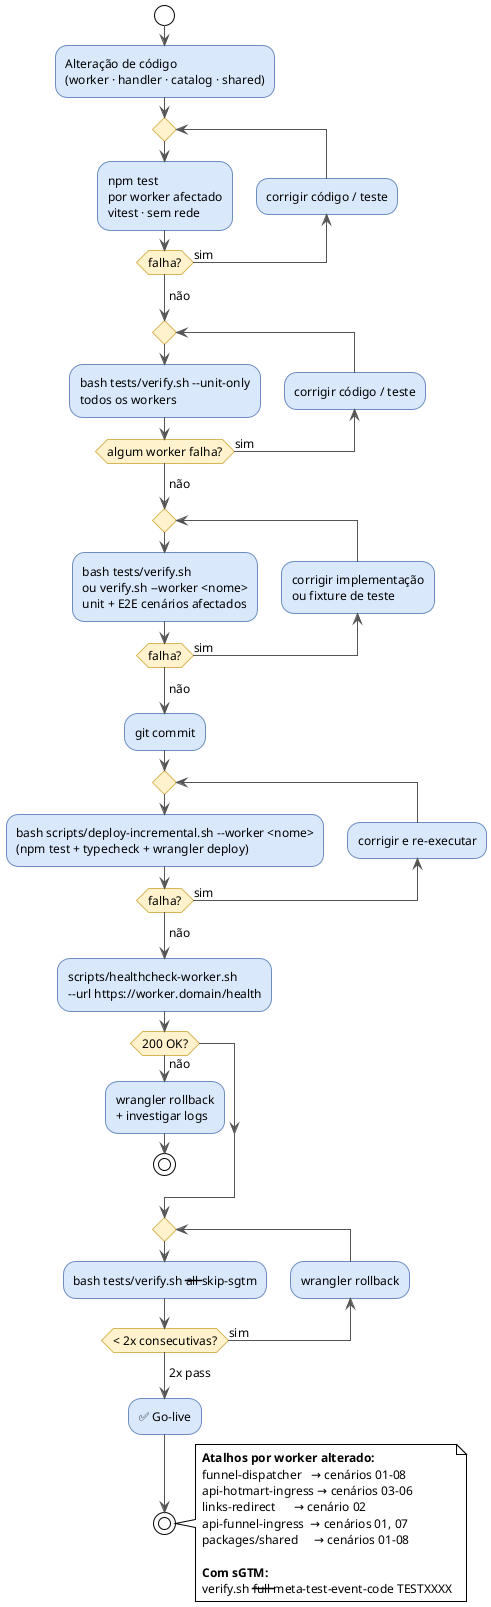
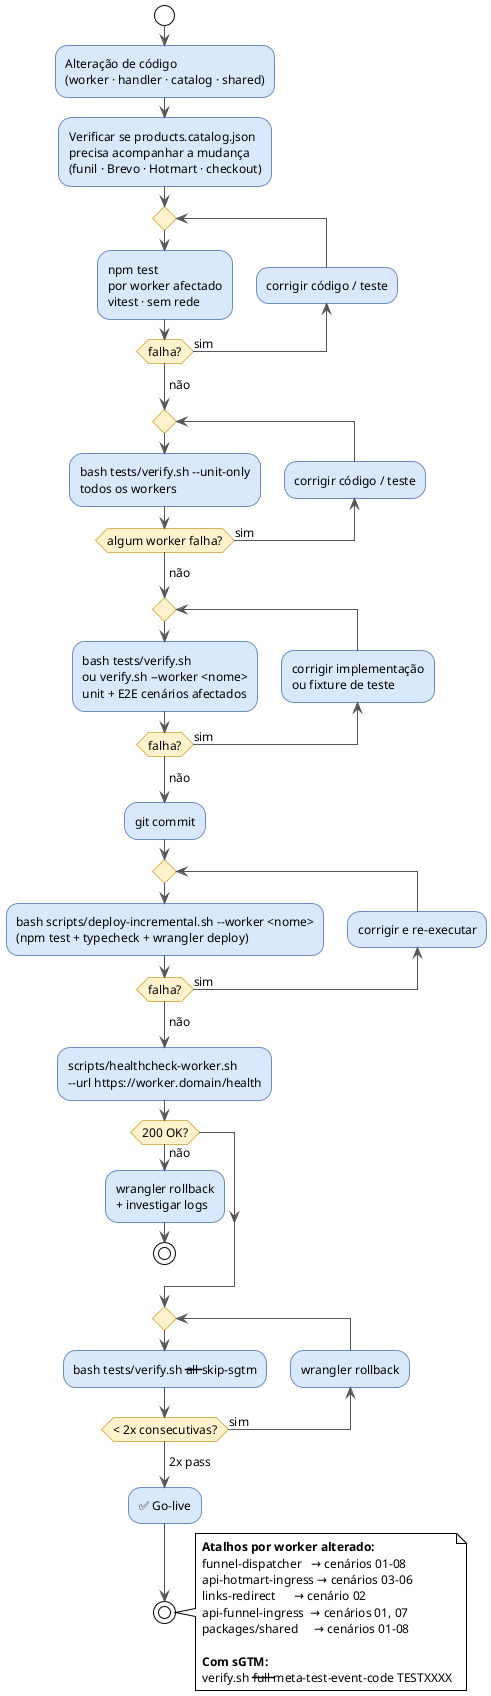
@startuml fluxo-desenvolvimento
!theme plain
skinparam backgroundColor #FFFFFF
skinparam defaultFontSize 12
skinparam activityBackgroundColor #DAE8FC
skinparam activityBorderColor #6C8EBF
skinparam activityDiamondBackgroundColor #FFF2CC
skinparam activityDiamondBorderColor #D6B656
skinparam ArrowColor #555555

start

:Alteração de código\n(worker · handler · catalog · shared);
+ 
+ :Verificar se products.catalog.json\nprecisa acompanhar a mudança\n(funil · Brevo · Hotmart · checkout);

repeat
  :npm test\npor worker afectado\nvitest · sem rede;
backward:corrigir código / teste;
repeat while (falha?) is (sim)
-> não;

repeat
  :bash tests/verify.sh --unit-only\ntodos os workers;
backward:corrigir código / teste;
repeat while (algum worker falha?) is (sim)
-> não;

repeat
  :bash tests/verify.sh\nou verify.sh --worker <nome>\nunit + E2E cenários afectados;
backward:corrigir implementação\nou fixture de teste;
repeat while (falha?) is (sim)
-> não;

:git commit;

repeat
  :bash scripts/deploy-incremental.sh --worker <nome>\n(npm test + typecheck + wrangler deploy);
backward:corrigir e re-executar;
repeat while (falha?) is (sim)
-> não;

:scripts/healthcheck-worker.sh\n--url https://worker.domain/health;

if (200 OK?) then (não)
  :wrangler rollback\n+ investigar logs;
  stop
endif

repeat
  :bash tests/verify.sh --all --skip-sgtm;
backward:wrangler rollback;
repeat while (< 2x consecutivas?) is (sim)
-> 2x pass;

:✅ Go-live;

stop

note right
  **Atalhos por worker alterado:**
  funnel-dispatcher   → cenários 01–08
  api-hotmart-ingress → cenários 03–06
  links-redirect      → cenário 02
  api-funnel-ingress  → cenários 01, 07
  packages/shared     → cenários 01–08

  **Com sGTM:**
  verify.sh --full --meta-test-event-code TESTXXXX
end note

@enduml
